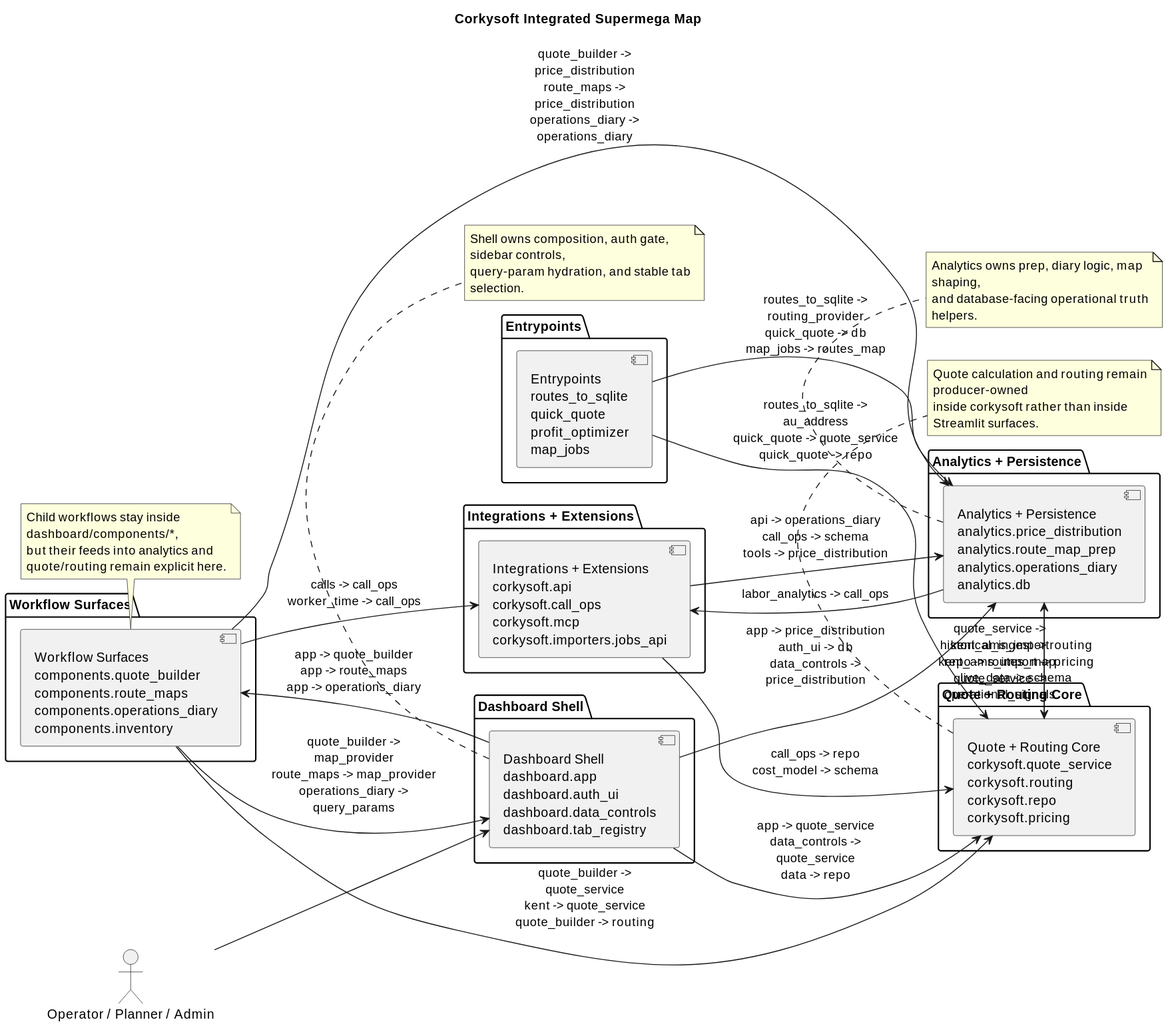
Earlier version of the PlantUML export docs/rendered/svg/supermega_01.svg (chboishabba/corkysoft). The source it was exported from:
```plantuml
@startuml
title Corkysoft Integrated Supermega Map
left to right direction
skinparam componentStyle uml2
skinparam shadowing false
skinparam wrapWidth 240
skinparam maxMessageSize 180
actor "Operator / Planner / Admin" as Operator
package "Entrypoints" {
  [Entrypoints\nroutes_to_sqlite\nquick_quote\nprofit_optimizer\nmap_jobs] as entrypoints
}
package "Dashboard Shell" {
  [Dashboard Shell\ndashboard.app\ndashboard.auth_ui\ndashboard.data_controls\ndashboard.tab_registry] as dashboard_shell
}
package "Workflow Surfaces" {
  [Workflow Surfaces\ncomponents.quote_builder\ncomponents.route_maps\ncomponents.operations_diary\ncomponents.inventory] as workflow_surfaces
}
package "Analytics + Persistence" {
  [Analytics + Persistence\nanalytics.price_distribution\nanalytics.route_map_prep\nanalytics.operations_diary\nanalytics.db] as analytics_persistence
}
package "Quote + Routing Core" {
  [Quote + Routing Core\ncorkysoft.quote_service\ncorkysoft.routing\ncorkysoft.repo\ncorkysoft.pricing] as quote_routing_core
}
package "Integrations + Extensions" {
  [Integrations + Extensions\ncorkysoft.api\ncorkysoft.call_ops\ncorkysoft.mcp\ncorkysoft.importers.jobs_api] as integrations_extensions
}
Operator --> dashboard_shell
entrypoints --> analytics_persistence : routes_to_sqlite -> routing_provider\nquick_quote -> db\nmap_jobs -> routes_map
entrypoints --> quote_routing_core : routes_to_sqlite -> au_address\nquick_quote -> quote_service\nquick_quote -> repo
dashboard_shell --> workflow_surfaces : app -> quote_builder\napp -> route_maps\napp -> operations_diary
dashboard_shell --> analytics_persistence : app -> price_distribution\nauth_ui -> db\ndata_controls -> price_distribution
dashboard_shell --> quote_routing_core : app -> quote_service\ndata_controls -> quote_service\ndata -> repo
workflow_surfaces --> dashboard_shell : quote_builder -> map_provider\nroute_maps -> map_provider\noperations_diary -> query_params
workflow_surfaces --> analytics_persistence : quote_builder -> price_distribution\nroute_maps -> price_distribution\noperations_diary -> operations_diary
workflow_surfaces --> quote_routing_core : quote_builder -> quote_service\nkent -> quote_service\nquote_builder -> routing
workflow_surfaces --> integrations_extensions : calls -> call_ops\nworker_time -> call_ops
analytics_persistence --> quote_routing_core : historical_ingest -> routing\nkent_ams_import -> pricing\nlive_data -> schema
analytics_persistence --> integrations_extensions : labor_analytics -> call_ops
quote_routing_core --> analytics_persistence : quote_service -> kent_ams_import\nrepo -> routes_map\nquote_service -> operational_signals
integrations_extensions --> analytics_persistence : api -> operations_diary\ncall_ops -> schema\ntools -> price_distribution
integrations_extensions --> quote_routing_core : call_ops -> repo\ncost_model -> schema
note bottom of dashboard_shell
Shell owns composition, auth gate, sidebar controls,
query-param hydration, and stable tab selection.
end note
note bottom of workflow_surfaces
Child workflows stay inside dashboard/components/*,
but their feeds into analytics and quote/routing remain explicit here.
end note
note bottom of analytics_persistence
Analytics owns prep, diary logic, map shaping,
and database-facing operational truth helpers.
end note
note bottom of quote_routing_core
Quote calculation and routing remain producer-owned
inside corkysoft rather than inside Streamlit surfaces.
end note
@enduml
```
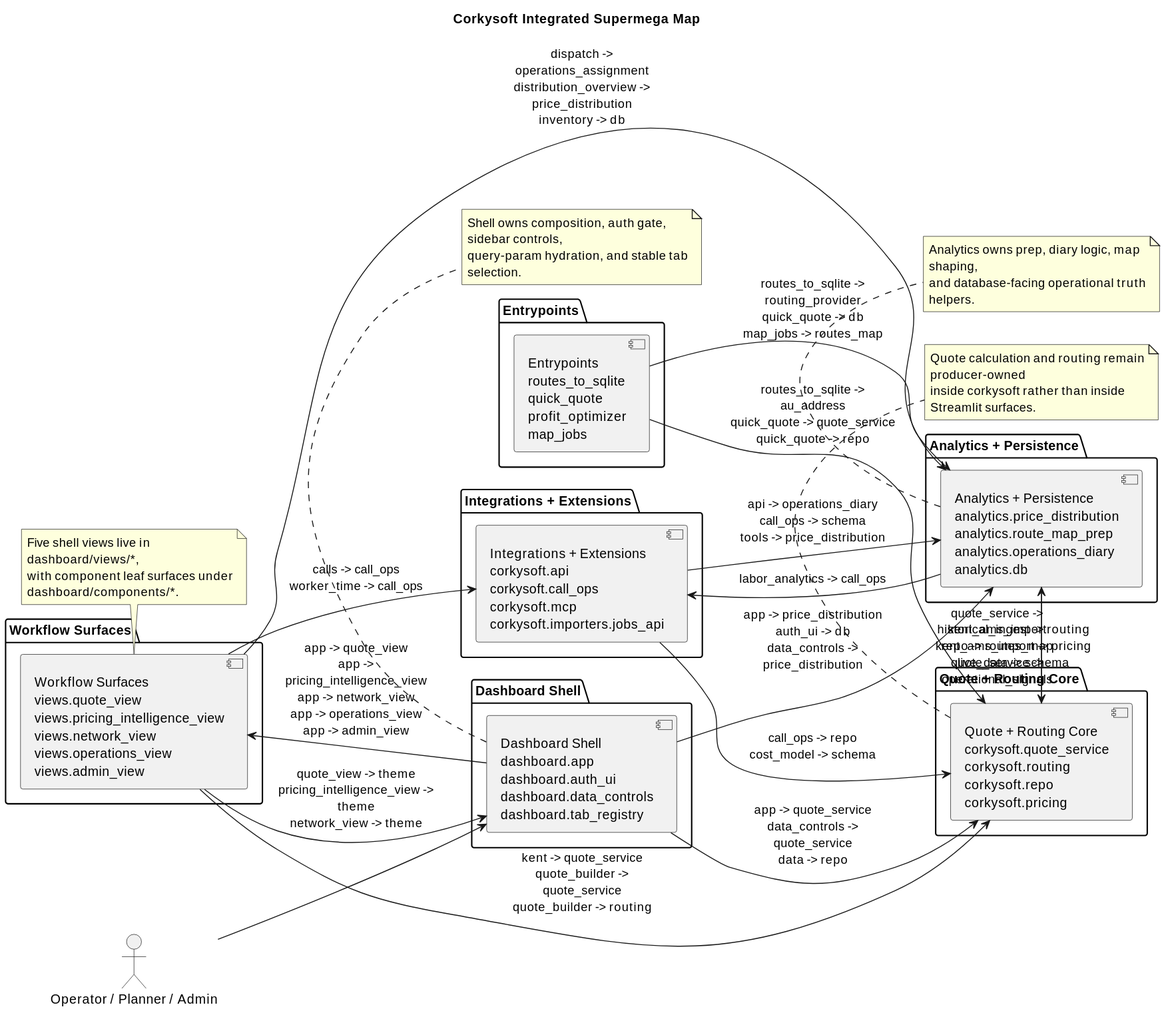
Above is the later version.

Change to the diagram source:
```diff
@@ -13,7 +13,7 @@
   [Dashboard Shell\ndashboard.app\ndashboard.auth_ui\ndashboard.data_controls\ndashboard.tab_registry] as dashboard_shell
 }
 package "Workflow Surfaces" {
-  [Workflow Surfaces\ncomponents.quote_builder\ncomponents.route_maps\ncomponents.operations_diary\ncomponents.inventory] as workflow_surfaces
+  [Workflow Surfaces\nviews.quote_view\nviews.pricing_intelligence_view\nviews.network_view\nviews.operations_view\nviews.admin_view] as workflow_surfaces
 }
 package "Analytics + Persistence" {
   [Analytics + Persistence\nanalytics.price_distribution\nanalytics.route_map_prep\nanalytics.operations_diary\nanalytics.db] as analytics_persistence
@@ -27,12 +27,12 @@
 Operator --> dashboard_shell
 entrypoints --> analytics_persistence : routes_to_sqlite -> routing_provider\nquick_quote -> db\nmap_jobs -> routes_map
 entrypoints --> quote_routing_core : routes_to_sqlite -> au_address\nquick_quote -> quote_service\nquick_quote -> repo
-dashboard_shell --> workflow_surfaces : app -> quote_builder\napp -> route_maps\napp -> operations_diary
+dashboard_shell --> workflow_surfaces : app -> quote_view\napp -> pricing_intelligence_view\napp -> network_view\napp -> operations_view\napp -> admin_view
 dashboard_shell --> analytics_persistence : app -> price_distribution\nauth_ui -> db\ndata_controls -> price_distribution
 dashboard_shell --> quote_routing_core : app -> quote_service\ndata_controls -> quote_service\ndata -> repo
-workflow_surfaces --> dashboard_shell : quote_builder -> map_provider\nroute_maps -> map_provider\noperations_diary -> query_params
-workflow_surfaces --> analytics_persistence : quote_builder -> price_distribution\nroute_maps -> price_distribution\noperations_diary -> operations_diary
-workflow_surfaces --> quote_routing_core : quote_builder -> quote_service\nkent -> quote_service\nquote_builder -> routing
+workflow_surfaces --> dashboard_shell : quote_view -> theme\npricing_intelligence_view -> theme\nnetwork_view -> theme
+workflow_surfaces --> analytics_persistence : dispatch -> operations_assignment\ndistribution_overview -> price_distribution\ninventory -> db
+workflow_surfaces --> quote_routing_core : kent -> quote_service\nquote_builder -> quote_service\nquote_builder -> routing
 workflow_surfaces --> integrations_extensions : calls -> call_ops\nworker_time -> call_ops
 analytics_persistence --> quote_routing_core : historical_ingest -> routing\nkent_ams_import -> pricing\nlive_data -> schema
 analytics_persistence --> integrations_extensions : labor_analytics -> call_ops
@@ -44,8 +44,8 @@
 query-param hydration, and stable tab selection.
 end note
 note bottom of workflow_surfaces
-Child workflows stay inside dashboard/components/*,
-but their feeds into analytics and quote/routing remain explicit here.
+Five shell views live in dashboard/views/*,
+with component leaf surfaces under dashboard/components/*.
 end note
 note bottom of analytics_persistence
 Analytics owns prep, diary logic, map shaping,
```
